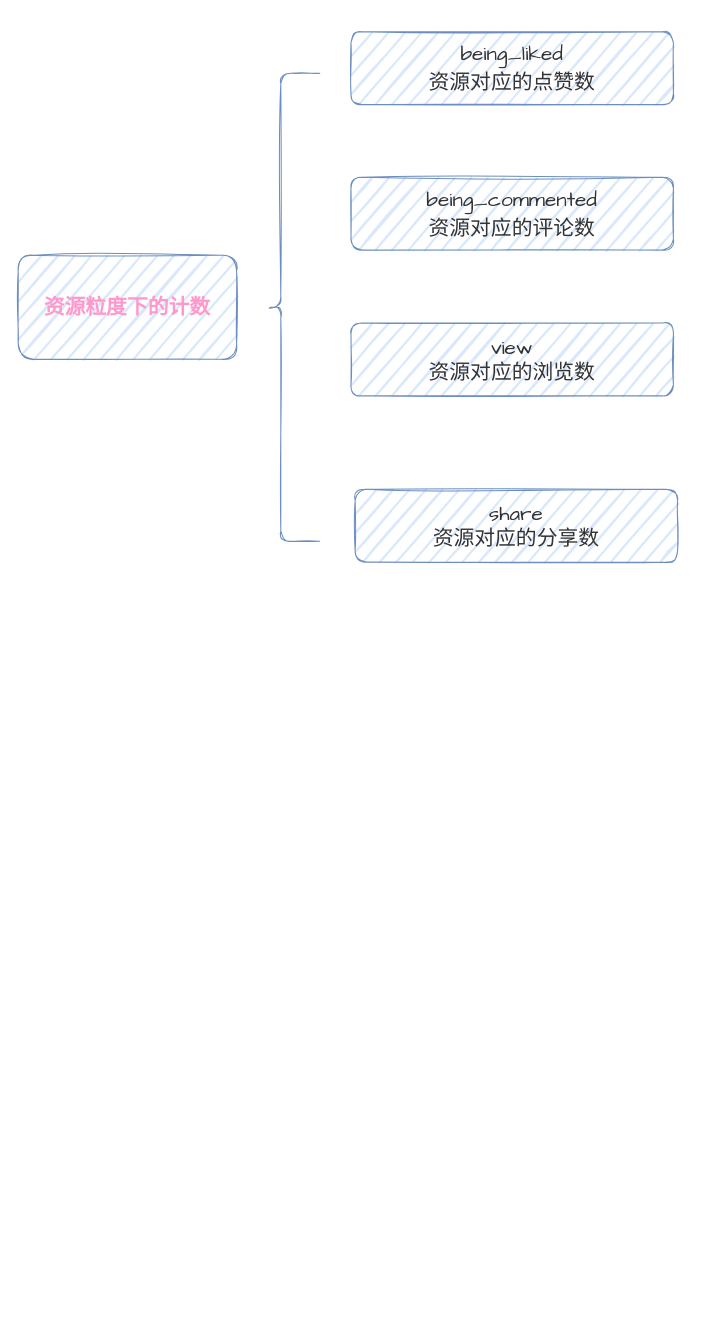
Above: pictures/计数服务业务.drawio in dimdark/my-drawio (draw.io), before the change. Source tidied: cells renumbered, new cells numbered last; positions are measured from the earlier drawing's top-left corner, leaving out a move shared by most shapes. Both pictures are drawn from the tidied source at 104%, with x=0, y=0 at pixel (18, 31).
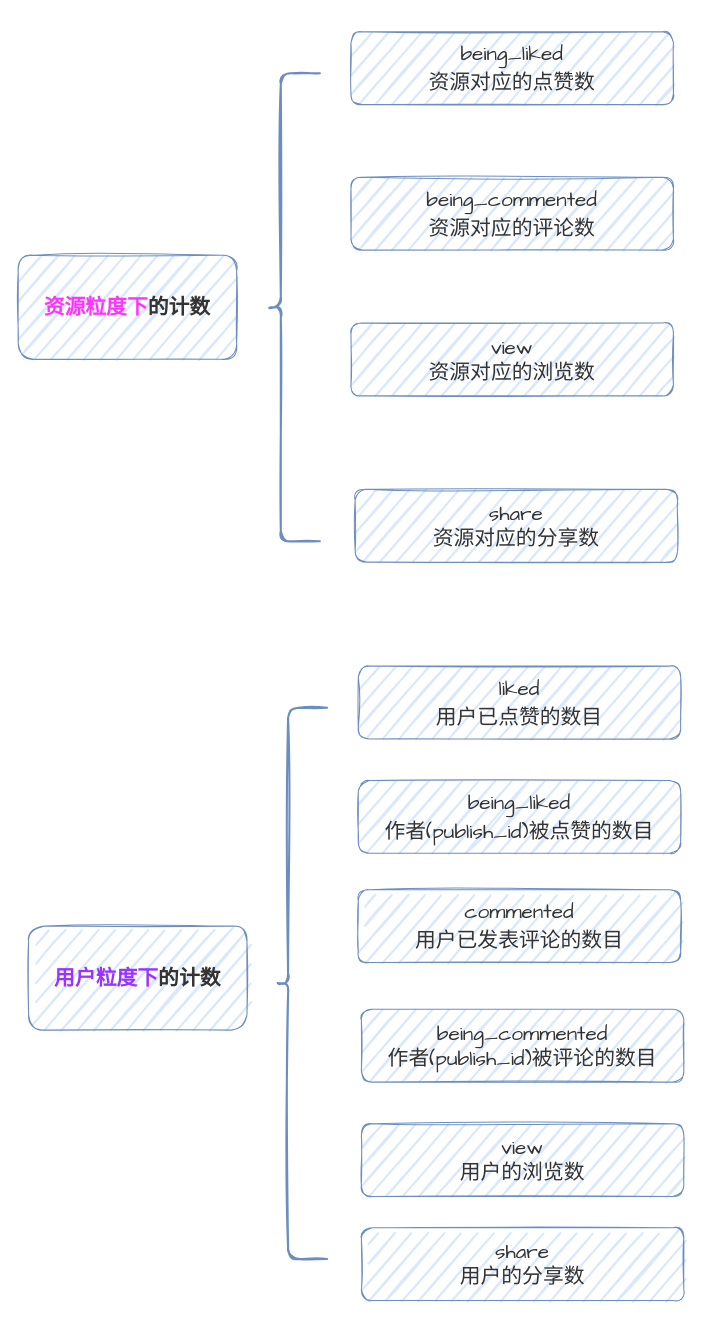
The same page after the edit.

Commit message (it also covers changes not shown here):
更新计数服务业务.drawio

Diff of the diagram source:
```diff
@@
 <mxGraphModel>
   <root>
     <mxCell id="0" />
     <mxCell id="1" parent="0" />
-    <mxCell id="2" value="&lt;b style=&quot;&quot;&gt;&lt;font color=&quot;#ff99cc&quot;&gt;资源粒度下的计数&lt;/font&gt;&lt;/b&gt;" style="rounded=1;whiteSpace=wrap;html=1;sketch=1;hachureGap=12;jiggle=1;curveFitting=1;fontFamily=Architects Daughter;fontSize=20;fillColor=#dae8fc;strokeColor=#6c8ebf;strokeWidth=1;glass=0;shadow=0;fillWeight=2;perimeterSpacing=0;hachureAngle=-41;simplification=0;fontColor=#1A1A1A;" parent="1" vertex="1">
+    <mxCell id="2" value="&lt;b style=&quot;&quot;&gt;&lt;font color=&quot;#ff33ff&quot;&gt;资源粒度下&lt;/font&gt;&lt;font color=&quot;#333333&quot;&gt;的计数&lt;/font&gt;&lt;/b&gt;" style="rounded=1;whiteSpace=wrap;html=1;sketch=1;hachureGap=12;jiggle=1;curveFitting=1;fontFamily=Architects Daughter;fontSize=20;fillColor=#dae8fc;strokeColor=#6c8ebf;strokeWidth=1;glass=0;shadow=0;fillWeight=2;perimeterSpacing=0;hachureAngle=-41;simplification=0;fontColor=#1A1A1A;" parent="1" vertex="1">
       <mxGeometry y="215" width="210" height="100" as="geometry" />
     </mxCell>
     <mxCell id="3" value="&lt;p style=&quot;line-height: 140%;&quot;&gt;&lt;font&gt;being_liked&lt;br&gt;资源对应的点赞数&lt;br&gt;&lt;/font&gt;&lt;/p&gt;" style="rounded=1;whiteSpace=wrap;html=1;sketch=1;hachureGap=12;jiggle=1;curveFitting=1;fontFamily=Architects Daughter;fontSize=20;fillColor=#dae8fc;strokeColor=#6c8ebf;strokeWidth=1;glass=0;shadow=0;fillWeight=2;hachureAngle=-41;simplification=0;fontColor=#333333;" parent="1" vertex="1">
       <mxGeometry x="320" width="310" height="70" as="geometry" />
     </mxCell>
     <mxCell id="4" value="&lt;p style=&quot;line-height: 140%;&quot;&gt;&lt;font&gt;being_commented&lt;br&gt;资源对应的评论数&lt;br&gt;&lt;/font&gt;&lt;/p&gt;" style="rounded=1;whiteSpace=wrap;html=1;sketch=1;hachureGap=12;jiggle=1;curveFitting=1;fontFamily=Architects Daughter;fontSize=20;fillColor=#dae8fc;strokeColor=#6c8ebf;strokeWidth=1;glass=0;shadow=0;fillWeight=2;fontColor=#333333;hachureAngle=-41;" parent="1" vertex="1">
       <mxGeometry x="320" y="140" width="310" height="70" as="geometry" />
     </mxCell>
     <mxCell id="5" value="&lt;font&gt;view&lt;br&gt;资源对应的浏览数&lt;br&gt;&lt;/font&gt;" style="rounded=1;whiteSpace=wrap;html=1;sketch=1;hachureGap=12;jiggle=1;curveFitting=1;fontFamily=Architects Daughter;fontSize=20;fillColor=#dae8fc;strokeColor=#6c8ebf;strokeWidth=1;glass=0;shadow=0;fillWeight=2;fontColor=#333333;" parent="1" vertex="1">
       <mxGeometry x="320" y="280" width="310" height="70" as="geometry" />
     </mxCell>
     <mxCell id="6" value="&lt;font&gt;share&lt;br&gt;资源对应的分享数&lt;br&gt;&lt;/font&gt;" style="rounded=1;whiteSpace=wrap;html=1;sketch=1;hachureGap=12;jiggle=1;curveFitting=1;fontFamily=Architects Daughter;fontSize=20;fillColor=#dae8fc;strokeColor=#6c8ebf;strokeWidth=1;glass=0;shadow=0;fillWeight=2;fontColor=#333333;hachureAngle=-41;" parent="1" vertex="1">
       <mxGeometry x="324" y="440" width="310" height="70" as="geometry" />
     </mxCell>
-    <mxCell id="7" style="shape=curlyBracket;whiteSpace=wrap;html=1;rounded=1;labelPosition=left;verticalLabelPosition=middle;align=right;verticalAlign=middle;shadow=0;glass=0;sketch=1;fillWeight=2;hachureGap=12;hachureAngle=-41;jiggle=1;curveFitting=1;simplification=0;strokeColor=#6c8ebf;strokeWidth=1;fontFamily=Architects Daughter;fontSize=20;fillColor=#dae8fc;size=0.25;" parent="1" vertex="1">
+    <mxCell id="7" style="shape=curlyBracket;whiteSpace=wrap;html=1;rounded=1;labelPosition=left;verticalLabelPosition=middle;align=right;verticalAlign=middle;shadow=0;glass=0;sketch=1;fillWeight=2;hachureGap=12;hachureAngle=-41;jiggle=1;curveFitting=1;simplification=0;strokeColor=#6c8ebf;strokeWidth=2;fontFamily=Architects Daughter;fontSize=20;fillColor=#dae8fc;size=0.25;" parent="1" vertex="1">
       <mxGeometry x="240" y="40" width="50" height="450" as="geometry" />
     </mxCell>
+    <mxCell id="8" value="&lt;p style=&quot;line-height: 140%;&quot;&gt;&lt;font&gt;liked&lt;br&gt;用户已点赞的数目&lt;/font&gt;&lt;/p&gt;" style="rounded=1;whiteSpace=wrap;html=1;sketch=1;hachureGap=12;jiggle=1;curveFitting=1;fontFamily=Architects Daughter;fontSize=20;fillColor=#dae8fc;strokeColor=#6c8ebf;strokeWidth=1;glass=0;shadow=0;fillWeight=2;hachureAngle=-41;simplification=0;fontColor=#333333;" parent="1" vertex="1">
+      <mxGeometry x="327" y="610" width="310" height="70" as="geometry" />
+    </mxCell>
+    <mxCell id="9" value="&lt;p style=&quot;line-height: 140%;&quot;&gt;&lt;font&gt;commented&lt;br&gt;用户已发表评论的数目&lt;br&gt;&lt;/font&gt;&lt;/p&gt;" style="rounded=1;whiteSpace=wrap;html=1;sketch=1;hachureGap=12;jiggle=1;curveFitting=1;fontFamily=Architects Daughter;fontSize=20;fillColor=#dae8fc;strokeColor=#6c8ebf;strokeWidth=1;glass=0;shadow=0;fillWeight=2;fontColor=#333333;hachureAngle=-41;" parent="1" vertex="1">
+      <mxGeometry x="327" y="825" width="310" height="70" as="geometry" />
+    </mxCell>
+    <mxCell id="10" value="&lt;font&gt;being_commented&lt;br style=&quot;border-color: var(--border-color);&quot;&gt;作者(publish_id)被评论的数目&lt;br&gt;&lt;/font&gt;" style="rounded=1;whiteSpace=wrap;html=1;sketch=1;hachureGap=12;jiggle=1;curveFitting=1;fontFamily=Architects Daughter;fontSize=20;fillColor=#dae8fc;strokeColor=#6c8ebf;strokeWidth=1;glass=0;shadow=0;fillWeight=2;fontColor=#333333;" parent="1" vertex="1">
+      <mxGeometry x="330" y="940" width="310" height="70" as="geometry" />
+    </mxCell>
+    <mxCell id="11" value="&lt;font&gt;share&lt;br&gt;用户的分享数&lt;br&gt;&lt;/font&gt;" style="rounded=1;whiteSpace=wrap;html=1;sketch=1;hachureGap=12;jiggle=1;curveFitting=1;fontFamily=Architects Daughter;fontSize=20;fillColor=#dae8fc;strokeColor=#6c8ebf;strokeWidth=1;glass=0;shadow=0;fillWeight=2;fontColor=#333333;hachureAngle=-41;" parent="1" vertex="1">
+      <mxGeometry x="330" y="1150" width="310" height="70" as="geometry" />
+    </mxCell>
+    <mxCell id="12" style="shape=curlyBracket;whiteSpace=wrap;html=1;rounded=1;labelPosition=left;verticalLabelPosition=middle;align=right;verticalAlign=middle;shadow=0;glass=0;sketch=1;fillWeight=2;hachureGap=12;hachureAngle=-41;jiggle=1;curveFitting=1;simplification=0;strokeColor=#6c8ebf;strokeWidth=2;fontFamily=Architects Daughter;fontSize=20;fillColor=#dae8fc;size=0.25;" parent="1" vertex="1">
+      <mxGeometry x="247" y="650" width="50" height="530" as="geometry" />
+    </mxCell>
+    <mxCell id="13" value="&lt;b style=&quot;&quot;&gt;&lt;font color=&quot;#9933ff&quot;&gt;用户粒度下&lt;/font&gt;&lt;font color=&quot;#333333&quot;&gt;的计数&lt;/font&gt;&lt;/b&gt;" style="rounded=1;whiteSpace=wrap;html=1;sketch=1;hachureGap=12;jiggle=1;curveFitting=1;fontFamily=Architects Daughter;fontSize=20;fillColor=#dae8fc;strokeColor=#6c8ebf;strokeWidth=1;glass=0;shadow=0;fillWeight=2;perimeterSpacing=0;hachureAngle=-41;simplification=0;fontColor=#1A1A1A;" parent="1" vertex="1">
+      <mxGeometry x="10" y="860" width="210" height="100" as="geometry" />
+    </mxCell>
+    <mxCell id="14" value="&lt;p style=&quot;line-height: 140%;&quot;&gt;&lt;font&gt;being_liked&lt;br&gt;作者(publish_id)被点赞的数目&lt;/font&gt;&lt;/p&gt;" style="rounded=1;whiteSpace=wrap;html=1;sketch=1;hachureGap=12;jiggle=1;curveFitting=1;fontFamily=Architects Daughter;fontSize=20;fillColor=#dae8fc;strokeColor=#6c8ebf;strokeWidth=1;glass=0;shadow=0;fillWeight=2;hachureAngle=-41;simplification=0;fontColor=#333333;" parent="1" vertex="1">
+      <mxGeometry x="327" y="720" width="310" height="70" as="geometry" />
+    </mxCell>
+    <mxCell id="15" value="&lt;font&gt;view&lt;br&gt;用户的浏览数&lt;br&gt;&lt;/font&gt;" style="rounded=1;whiteSpace=wrap;html=1;sketch=1;hachureGap=12;jiggle=1;curveFitting=1;fontFamily=Architects Daughter;fontSize=20;fillColor=#dae8fc;strokeColor=#6c8ebf;strokeWidth=1;glass=0;shadow=0;fillWeight=2;fontColor=#333333;" parent="1" vertex="1">
+      <mxGeometry x="330" y="1050" width="310" height="70" as="geometry" />
+    </mxCell>
   </root>
 </mxGraphModel>
```
